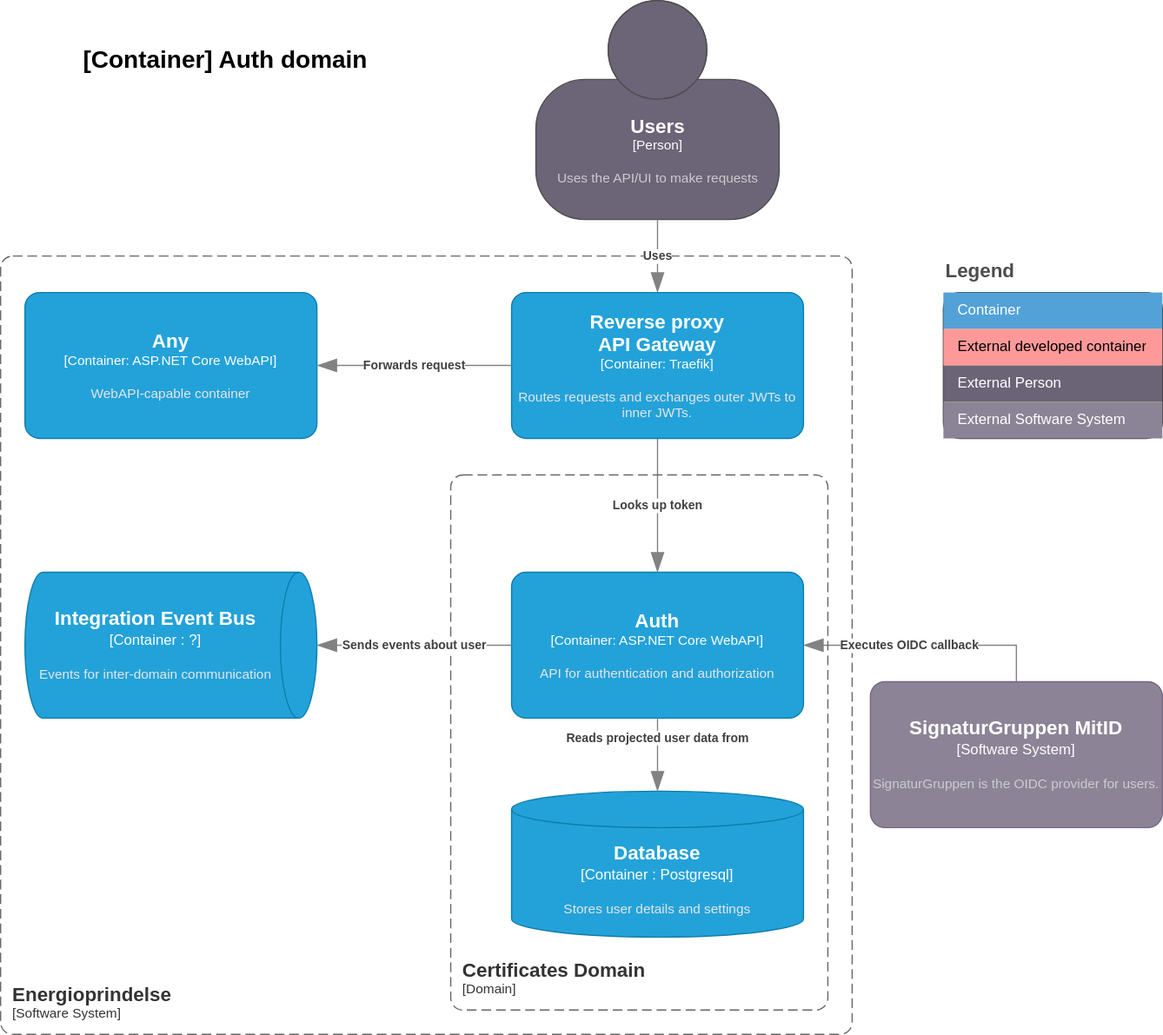
Earlier version of the draw.io export doc/architecture/diagrams/auth.container.drawio.svg (Energinet-DataHub/energy-origin). Source tidied: cells renumbered, new cells last; positions are measured from the earlier drawing's top-left corner, leaving out a move shared by most shapes.
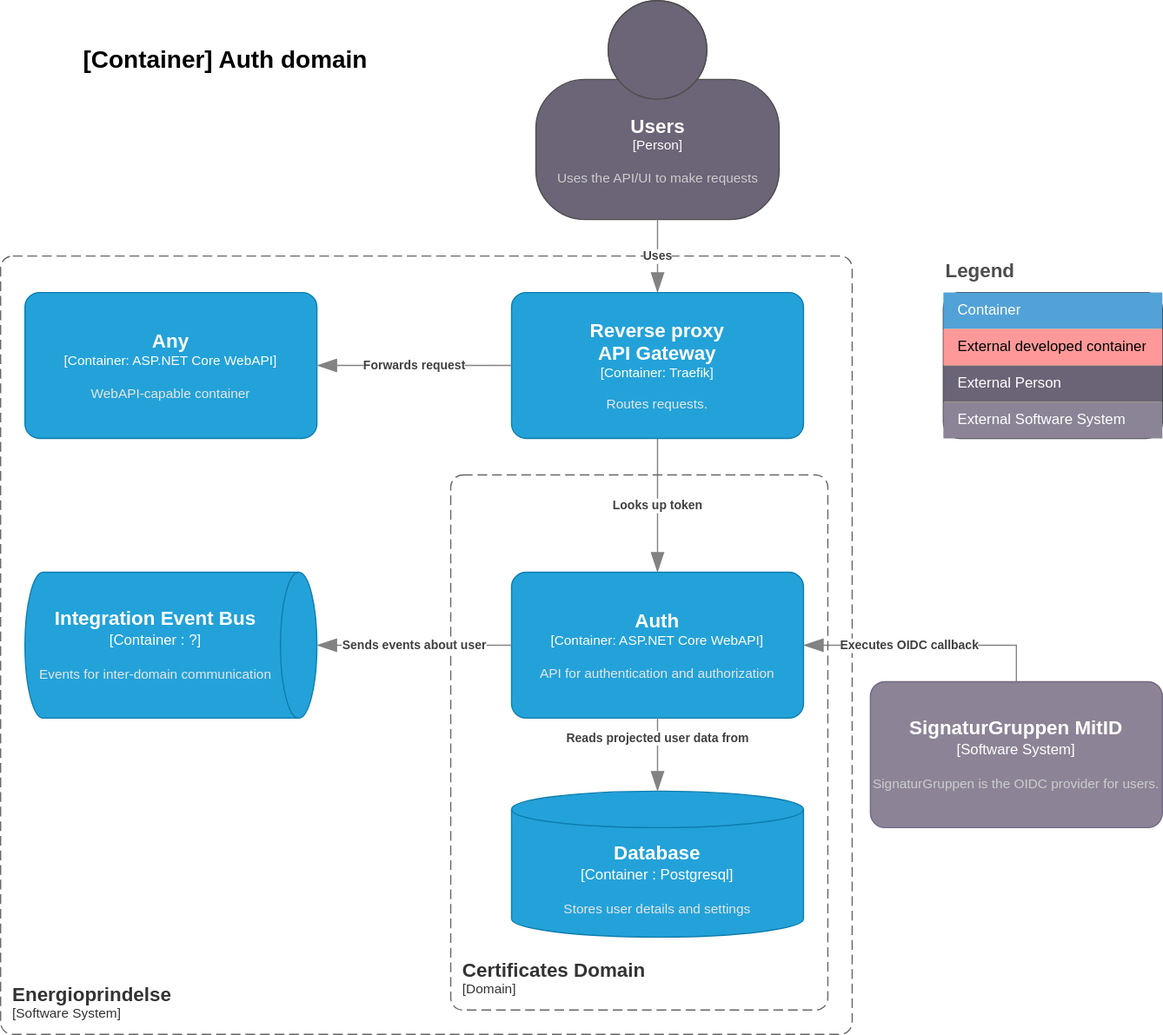
The same diagram one commit later.

Commit message:
Update auth descriptions

Diff of the diagram source:
```diff
@@ -88,7 +88,7 @@
     <mxCell id="21" style="group;fillColor=none;" parent="1" vertex="1">
       <mxGeometry x="420" y="240" width="240" height="120" as="geometry" />
     </mxCell>
-    <object id="22" label="&lt;font style=&quot;font-size: 16px&quot;&gt;&lt;b&gt;%c4Name%&lt;/b&gt;&lt;/font&gt;&lt;div&gt;[%c4Type%: %c4Technology%]&lt;/div&gt;&lt;br&gt;&lt;div&gt;&lt;font style=&quot;font-size: 11px&quot;&gt;&lt;font color=&quot;#E6E6E6&quot;&gt;%c4Description%&lt;/font&gt;&lt;/div&gt;" c4Description="Routes requests and exchanges outer JWTs to inner JWTs." c4Name="Reverse proxy&#10;API Gateway" c4Technology="Traefik" c4Type="Container" placeholders="1">
+    <object id="22" label="&lt;font style=&quot;font-size: 16px&quot;&gt;&lt;b&gt;%c4Name%&lt;/b&gt;&lt;/font&gt;&lt;div&gt;[%c4Type%: %c4Technology%]&lt;/div&gt;&lt;br&gt;&lt;div&gt;&lt;font style=&quot;font-size: 11px&quot;&gt;&lt;font color=&quot;#E6E6E6&quot;&gt;%c4Description%&lt;/font&gt;&lt;/div&gt;" c4Description="Routes requests." c4Name="Reverse proxy&#10;API Gateway" c4Technology="Traefik" c4Type="Container" placeholders="1">
       <mxCell style="rounded=1;whiteSpace=wrap;html=1;fontSize=11;labelBackgroundColor=none;fillColor=#23A2D9;fontColor=#ffffff;align=center;arcSize=10;strokeColor=#0E7DAD;points=[[0.25,0,0],[0.5,0,0],[0.75,0,0],[1,0.25,0],[1,0.5,0],[1,0.75,0],[0.75,1,0],[0.5,1,0],[0.25,1,0],[0,0.75,0],[0,0.5,0],[0,0.25,0]];" parent="21" vertex="1">
         <mxGeometry width="240" height="120" as="geometry" />
       </mxCell>
```
